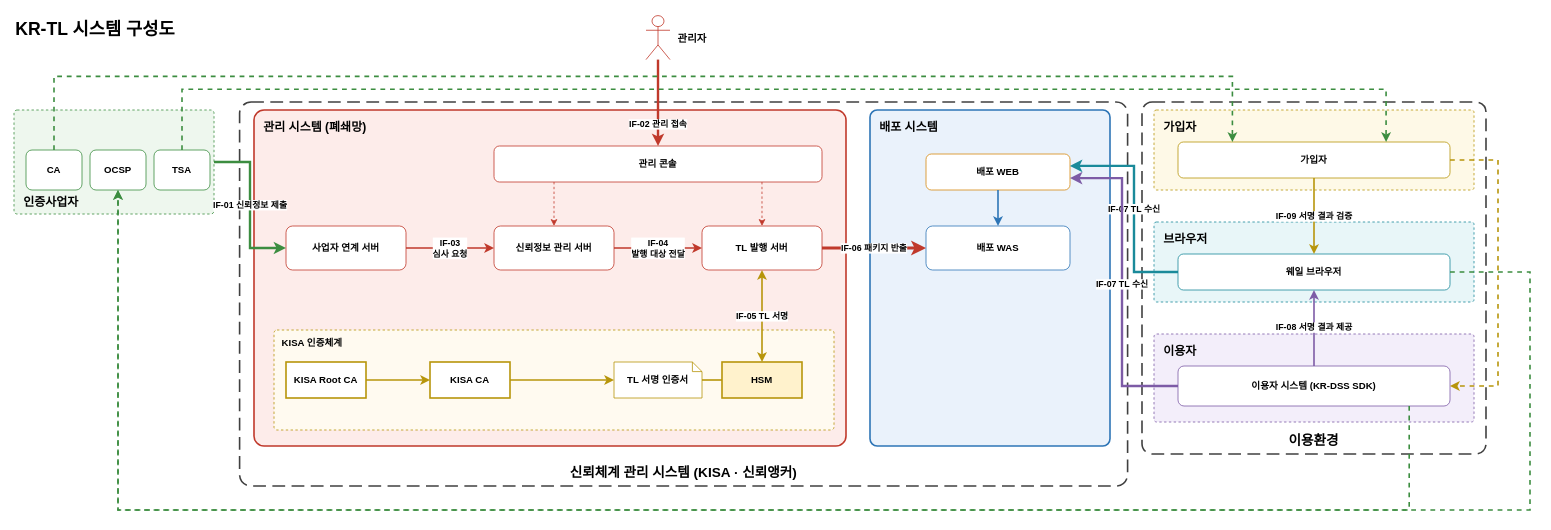
Earlier version of the draw.io diagram docs/design/KR-TL-관리시스템/diagrams/krtl-system.drawio (yongsungkim-electcerti/kr-dss). Source tidied: cells renumbered, new cells numbered last; positions are measured from the earlier drawing's top-left corner, leaving out a move shared by most shapes. Both pictures are drawn from the tidied source at 80%, with x=0, y=0 at pixel (14, 14).
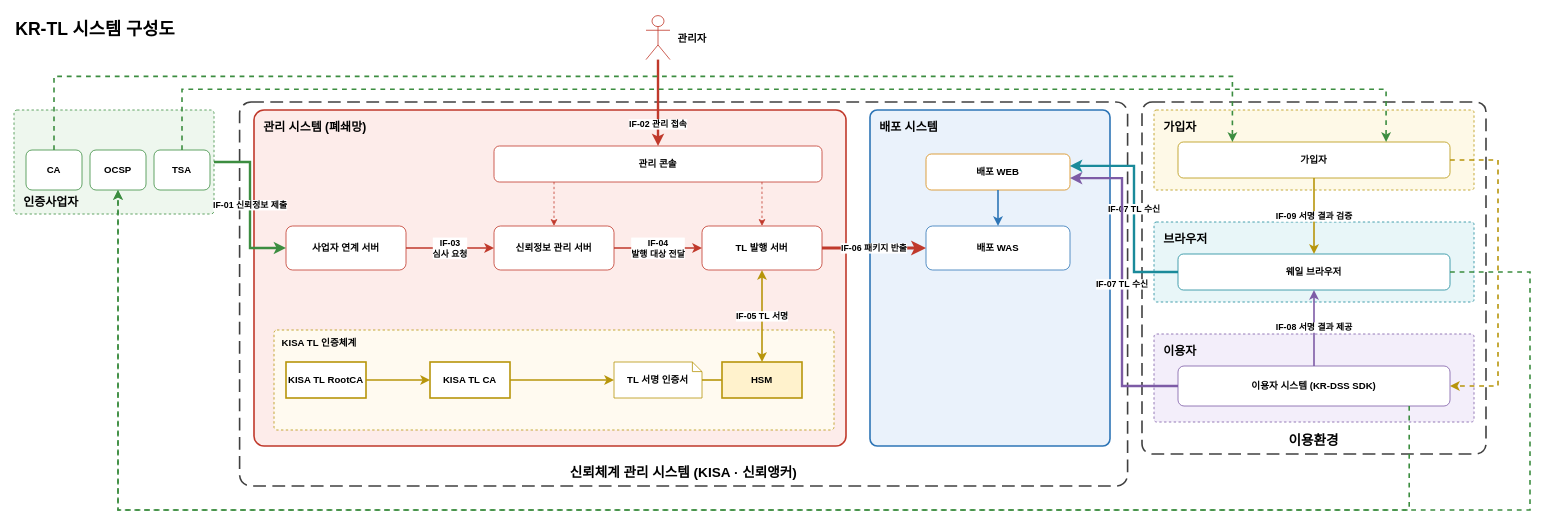
The same diagram, later.

Commit message (it also covers changes not shown here):
docs(kr-tl): 설계 진행 계획(D0~D11)과 D4 인증체계 설계 추가 [claude]

Change to the diagram source:
```diff
@@
-    <mxCell id="7" value="KISA 인증체계" style="rounded=1;arcSize=3;dashed=1;fillColor=#fffaf0;strokeColor=#b7950b;strokeWidth=1;fontStyle=1;verticalAlign=top;align=left;spacingLeft=8;spacingTop=2;fontSize=12;" parent="1" vertex="1">
+    <mxCell id="7" value="KISA TL 인증체계" style="rounded=1;arcSize=3;dashed=1;fillColor=#fffaf0;strokeColor=#b7950b;strokeWidth=1;fontStyle=1;verticalAlign=top;align=left;spacingLeft=8;spacingTop=2;fontSize=12;" parent="1" vertex="1">
       <mxGeometry x="325" y="395" width="700" height="125" as="geometry" />
     </mxCell>
@@
-    <mxCell id="20" value="KISA Root CA" style="rounded=0;whiteSpace=wrap;html=1;fillColor=#ffffff;strokeColor=#b7950b;strokeWidth=2;fontStyle=1;" parent="1" vertex="1">
+    <mxCell id="20" value="KISA TL RootCA" style="rounded=0;whiteSpace=wrap;html=1;fillColor=#ffffff;strokeColor=#b7950b;strokeWidth=2;fontStyle=1;" parent="1" vertex="1">
       <mxGeometry x="340" y="435" width="100" height="45" as="geometry" />
     </mxCell>
-    <mxCell id="21" value="KISA CA" style="rounded=0;whiteSpace=wrap;html=1;fillColor=#ffffff;strokeColor=#b7950b;strokeWidth=2;fontStyle=1;" parent="1" vertex="1">
+    <mxCell id="21" value="KISA TL CA" style="rounded=0;whiteSpace=wrap;html=1;fillColor=#ffffff;strokeColor=#b7950b;strokeWidth=2;fontStyle=1;" parent="1" vertex="1">
       <mxGeometry x="520" y="435" width="100" height="45" as="geometry" />
     </mxCell>
```
